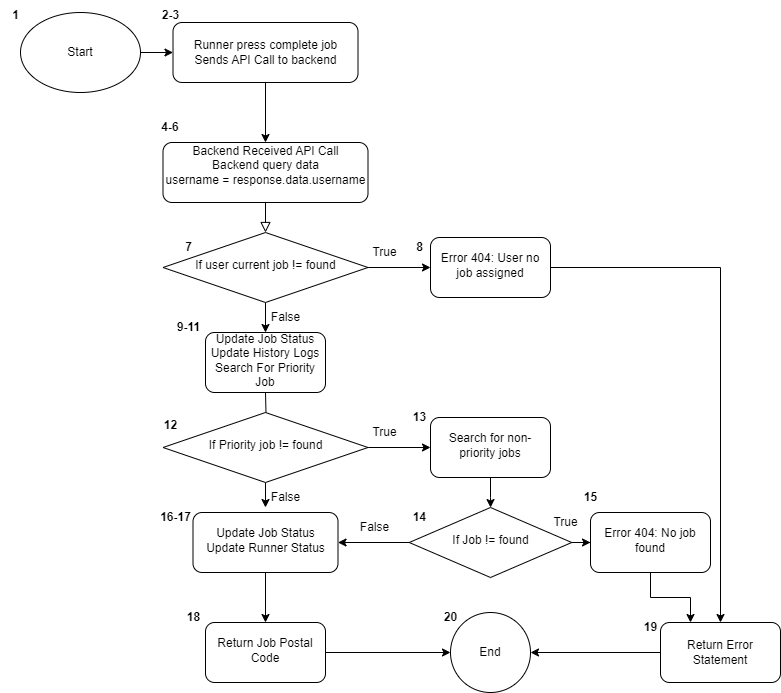
Earlier version of the draw.io export Lab 4/Images/Complete Job.drawio.png (AuroraVane/SC2006). Source tidied: cells renumbered, new cells last; positions are measured from the earlier drawing's top-left corner, leaving out a move shared by most shapes.
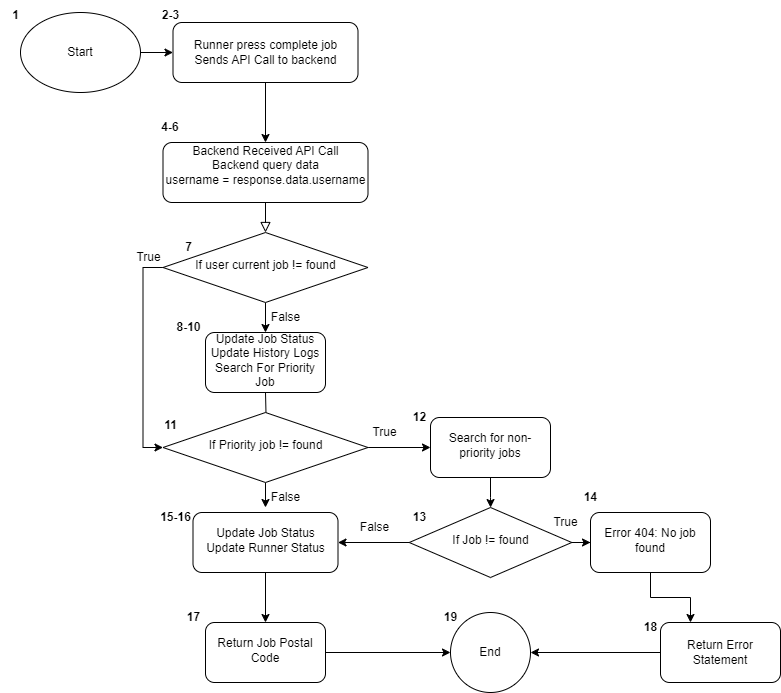
After the change.

Commit message:
Test Case Document

Diff of the diagram source:
```diff
@@ -8,7 +8,7 @@
     <mxCell id="3" value="Backend Received API Call&lt;div&gt;Backend query data&lt;br&gt;&lt;div&gt;username = response.data.username&lt;/div&gt;&lt;div&gt;&lt;br&gt;&lt;/div&gt;&lt;/div&gt;" style="rounded=1;whiteSpace=wrap;html=1;fontSize=12;glass=0;strokeWidth=1;shadow=0;" parent="1" vertex="1">
       <mxGeometry x="162.5" y="142" width="205" height="60" as="geometry" />
     </mxCell>
-    <mxCell id="4" style="edgeStyle=orthogonalEdgeStyle;rounded=0;jettySize=auto;html=1;" parent="1" edge="1" source="6" target="19">
+    <mxCell id="4" style="edgeStyle=orthogonalEdgeStyle;rounded=0;jettySize=auto;html=1;entryX=0;entryY=0.5;entryDx=0;entryDy=0;exitX=0;exitY=0.5;exitDx=0;exitDy=0;" parent="1" edge="1" source="6" target="14">
       <mxGeometry relative="1" as="geometry" />
     </mxCell>
     <mxCell id="5" style="edgeStyle=orthogonalEdgeStyle;rounded=0;jettySize=auto;html=1;entryX=0.5;entryY=0;entryDx=0;entryDy=0;" parent="1" edge="1" source="6" target="20">
@@ -54,12 +54,6 @@
     <mxCell id="17" value="End" style="ellipse;whiteSpace=wrap;html=1;" parent="1" vertex="1">
       <mxGeometry x="450" y="612" width="80" height="80" as="geometry" />
     </mxCell>
-    <mxCell id="18" style="edgeStyle=orthogonalEdgeStyle;rounded=0;jettySize=auto;html=1;entryX=0.5;entryY=0;entryDx=0;entryDy=0;" parent="1" edge="1" source="19" target="24">
-      <mxGeometry relative="1" as="geometry" />
-    </mxCell>
-    <mxCell id="19" value="Error 404: User no job assigned" style="rounded=1;whiteSpace=wrap;html=1;shadow=0;strokeWidth=1;spacing=6;spacingTop=-4;" parent="1" vertex="1">
-      <mxGeometry x="430" y="237" width="120" height="60" as="geometry" />
-    </mxCell>
     <mxCell id="20" value="Update Job Status&lt;div&gt;Update History Logs&lt;/div&gt;&lt;div&gt;Search For Priority Job&lt;/div&gt;" style="rounded=1;whiteSpace=wrap;html=1;shadow=0;strokeWidth=1;spacing=6;spacingTop=-4;" parent="1" vertex="1">
       <mxGeometry x="205" y="332" width="120" height="60" as="geometry" />
     </mxCell>
@@ -84,22 +78,19 @@
     <mxCell id="27" value="7" style="text;html=1;align=center;verticalAlign=middle;strokeColor=none;fillColor=none;fontStyle=1;" parent="1" vertex="1">
       <mxGeometry x="172.5" y="232" width="30" height="30" as="geometry" />
     </mxCell>
-    <mxCell id="28" value="8" style="text;html=1;align=center;verticalAlign=middle;strokeColor=none;fillColor=none;fontStyle=1;" parent="1" vertex="1">
-      <mxGeometry x="404" y="232" width="30" height="30" as="geometry" />
-    </mxCell>
-    <mxCell id="29" value="9-11" style="text;html=1;align=center;verticalAlign=middle;strokeColor=none;fillColor=none;fontStyle=1;" parent="1" vertex="1">
+    <mxCell id="29" value="8-10" style="text;html=1;align=center;verticalAlign=middle;strokeColor=none;fillColor=none;fontStyle=1;" parent="1" vertex="1">
       <mxGeometry x="162.5" y="312" width="50" height="30" as="geometry" />
     </mxCell>
-    <mxCell id="30" value="12" style="text;html=1;align=center;verticalAlign=middle;strokeColor=none;fillColor=none;fontStyle=1;" parent="1" vertex="1">
+    <mxCell id="30" value="11" style="text;html=1;align=center;verticalAlign=middle;strokeColor=none;fillColor=none;fontStyle=1;" parent="1" vertex="1">
       <mxGeometry x="150" y="410" width="40" height="30" as="geometry" />
     </mxCell>
-    <mxCell id="31" value="13" style="text;html=1;align=center;verticalAlign=middle;strokeColor=none;fillColor=none;fontStyle=1;" parent="1" vertex="1">
+    <mxCell id="31" value="12" style="text;html=1;align=center;verticalAlign=middle;strokeColor=none;fillColor=none;fontStyle=1;" parent="1" vertex="1">
       <mxGeometry x="399" y="402" width="40" height="30" as="geometry" />
     </mxCell>
-    <mxCell id="32" value="15" style="text;html=1;align=center;verticalAlign=middle;strokeColor=none;fillColor=none;fontStyle=1;" parent="1" vertex="1">
+    <mxCell id="32" value="14" style="text;html=1;align=center;verticalAlign=middle;strokeColor=none;fillColor=none;fontStyle=1;" parent="1" vertex="1">
       <mxGeometry x="570" y="482" width="40" height="30" as="geometry" />
     </mxCell>
-    <mxCell id="33" value="16-17" style="text;html=1;align=center;verticalAlign=middle;strokeColor=none;fillColor=none;fontStyle=1;" parent="1" vertex="1">
+    <mxCell id="33" value="15-16" style="text;html=1;align=center;verticalAlign=middle;strokeColor=none;fillColor=none;fontStyle=1;" parent="1" vertex="1">
       <mxGeometry x="150" y="502" width="50" height="30" as="geometry" />
     </mxCell>
     <mxCell id="34" value="2-3" style="text;html=1;align=center;verticalAlign=middle;strokeColor=none;fillColor=none;fontStyle=1;" parent="1" vertex="1">
@@ -114,7 +105,7 @@
     <mxCell id="37" value="If Job != found" style="rhombus;whiteSpace=wrap;html=1;shadow=0;fontFamily=Helvetica;fontSize=12;align=center;strokeWidth=1;spacing=6;spacingTop=-4;" parent="1" vertex="1">
       <mxGeometry x="408.8" y="507" width="162.5" height="70" as="geometry" />
     </mxCell>
-    <mxCell id="38" value="14" style="text;html=1;align=center;verticalAlign=middle;strokeColor=none;fillColor=none;fontStyle=1;" parent="1" vertex="1">
+    <mxCell id="38" value="13" style="text;html=1;align=center;verticalAlign=middle;strokeColor=none;fillColor=none;fontStyle=1;" parent="1" vertex="1">
       <mxGeometry x="399" y="502" width="40" height="30" as="geometry" />
     </mxCell>
     <mxCell id="39" style="edgeStyle=orthogonalEdgeStyle;rounded=0;jettySize=auto;html=1;" parent="1" edge="1" source="40" target="26">
@@ -129,17 +120,17 @@
     <mxCell id="42" value="Error 404: No job found" style="rounded=1;whiteSpace=wrap;html=1;shadow=0;strokeWidth=1;spacing=6;spacingTop=-4;" parent="1" vertex="1">
       <mxGeometry x="590" y="512" width="120" height="60" as="geometry" />
     </mxCell>
-    <mxCell id="43" value="18" style="text;html=1;align=center;verticalAlign=middle;strokeColor=none;fillColor=none;fontStyle=1;" parent="1" vertex="1">
+    <mxCell id="43" value="17" style="text;html=1;align=center;verticalAlign=middle;strokeColor=none;fillColor=none;fontStyle=1;" parent="1" vertex="1">
       <mxGeometry x="172.5" y="602" width="40" height="30" as="geometry" />
     </mxCell>
-    <mxCell id="44" value="19" style="text;html=1;align=center;verticalAlign=middle;strokeColor=none;fillColor=none;fontStyle=1;" parent="1" vertex="1">
+    <mxCell id="44" value="18" style="text;html=1;align=center;verticalAlign=middle;strokeColor=none;fillColor=none;fontStyle=1;" parent="1" vertex="1">
       <mxGeometry x="630" y="612" width="40" height="30" as="geometry" />
     </mxCell>
-    <mxCell id="45" value="20" style="text;html=1;align=center;verticalAlign=middle;strokeColor=none;fillColor=none;fontStyle=1;" parent="1" vertex="1">
+    <mxCell id="45" value="19" style="text;html=1;align=center;verticalAlign=middle;strokeColor=none;fillColor=none;fontStyle=1;" parent="1" vertex="1">
       <mxGeometry x="430" y="602" width="40" height="30" as="geometry" />
     </mxCell>
     <mxCell id="46" value="True" style="text;html=1;align=center;verticalAlign=middle;strokeColor=none;fillColor=none;" parent="1" vertex="1">
-      <mxGeometry x="358.8" y="237" width="50" height="30" as="geometry" />
+      <mxGeometry x="122.5" y="242" width="50" height="30" as="geometry" />
     </mxCell>
     <mxCell id="47" value="True" style="text;html=1;align=center;verticalAlign=middle;strokeColor=none;fillColor=none;" parent="1" vertex="1">
       <mxGeometry x="358.8" y="417" width="50" height="30" as="geometry" />
```
